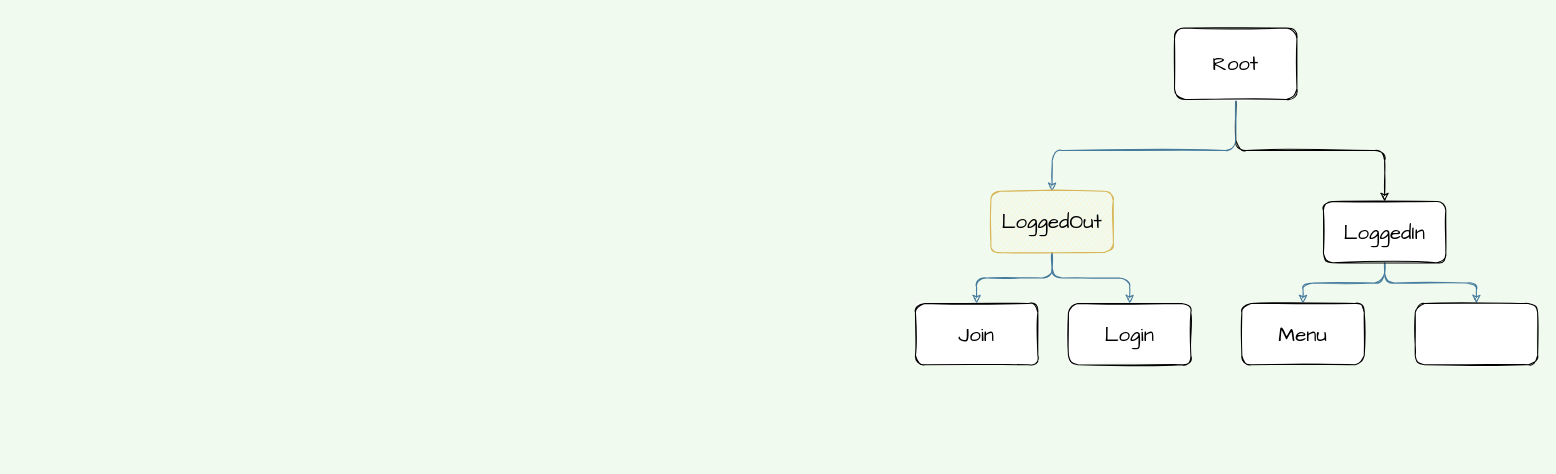
This is CardGame Diagram.drawio from kjaylee/memo, a draw.io file, before an edit. Source tidied: cells renumbered, new cells numbered last; positions are measured from the earlier drawing's top-left corner, leaving out a move shared by most shapes. Both pictures are drawn from the tidied source at 102%, with x=0, y=0 at pixel (915, 28).
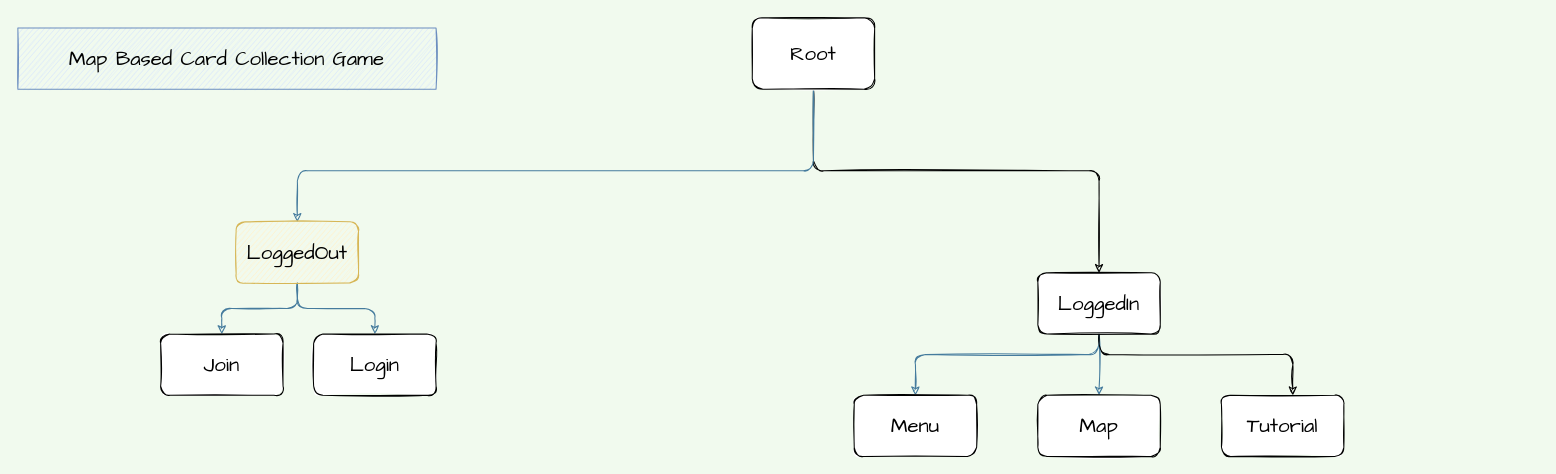
The same page after the edit.

The edit, as a diff of the source:
```diff
@@
-    <mxCell id="2" style="edgeStyle=orthogonalEdgeStyle;rounded=1;sketch=1;jettySize=auto;html=1;fontColor=#1D3557;fontFamily=Comic Sans MS;fontSize=20;" parent="1" edge="1" source="4" target="10">
+    <mxCell id="2" style="edgeStyle=orthogonalEdgeStyle;jettySize=auto;html=1;fontColor=#1D3557;fontFamily=Comic Sans MS;fontSize=20;sketch=1;" parent="1" edge="1" source="4" target="10">
       <mxGeometry relative="1" as="geometry">
         <Array as="points">
-          <mxPoint x="314" y="120" />
+          <mxPoint x="-100" y="140" />
+          <mxPoint x="180" y="140" />
         </Array>
       </mxGeometry>
     </mxCell>
-    <mxCell id="3" style="edgeStyle=orthogonalEdgeStyle;rounded=1;sketch=1;jettySize=auto;html=1;strokeColor=#457B9D;fillColor=#A8DADC;fontColor=#1D3557;fontFamily=Comic Sans MS;fontSize=20;" parent="1" edge="1" source="4" target="7">
+    <mxCell id="3" style="edgeStyle=orthogonalEdgeStyle;jettySize=auto;html=1;strokeColor=#457B9D;fillColor=#A8DADC;fontColor=#1D3557;fontFamily=Comic Sans MS;fontSize=20;sketch=1;" parent="1" edge="1" source="4" target="7">
       <mxGeometry relative="1" as="geometry">
         <Array as="points">
-          <mxPoint x="314" y="120" />
-          <mxPoint x="134" y="120" />
+          <mxPoint x="-100" y="140" />
+          <mxPoint x="-606" y="140" />
         </Array>
       </mxGeometry>
     </mxCell>
-    <mxCell id="4" value="&lt;font style=&quot;font-size: 20px;&quot;&gt;Root&lt;/font&gt;" style="whiteSpace=wrap;html=1;rounded=1;sketch=1;fontFamily=Comic Sans MS;fontSize=20;" parent="1" vertex="1">
-      <mxGeometry x="254" width="120" height="70" as="geometry" />
+    <mxCell id="4" value="&lt;font style=&quot;font-size: 20px;&quot;&gt;Root&lt;/font&gt;" style="whiteSpace=wrap;html=1;fontFamily=Comic Sans MS;fontSize=20;rounded=1;sketch=1;" parent="1" vertex="1">
+      <mxGeometry x="-160" y="-10" width="120" height="70" as="geometry" />
     </mxCell>
-    <mxCell id="5" style="edgeStyle=orthogonalEdgeStyle;rounded=1;sketch=1;jettySize=auto;html=1;strokeColor=#457B9D;fillColor=#A8DADC;fontFamily=Comic Sans MS;fontSize=20;fontColor=#1D3557;" parent="1" edge="1" source="7" target="11">
+    <mxCell id="5" style="edgeStyle=orthogonalEdgeStyle;jettySize=auto;html=1;strokeColor=#457B9D;fillColor=#A8DADC;fontFamily=Comic Sans MS;fontSize=20;fontColor=#1D3557;sketch=1;" parent="1" edge="1" source="7" target="11">
       <mxGeometry relative="1" as="geometry" />
     </mxCell>
-    <mxCell id="6" style="edgeStyle=orthogonalEdgeStyle;rounded=1;sketch=1;jettySize=auto;html=1;strokeColor=#457B9D;fillColor=#A8DADC;fontFamily=Comic Sans MS;fontSize=20;fontColor=#1D3557;" parent="1" edge="1" source="7" target="12">
+    <mxCell id="6" style="edgeStyle=orthogonalEdgeStyle;jettySize=auto;html=1;strokeColor=#457B9D;fillColor=#A8DADC;fontFamily=Comic Sans MS;fontSize=20;fontColor=#1D3557;sketch=1;" parent="1" edge="1" source="7" target="12">
       <mxGeometry relative="1" as="geometry" />
     </mxCell>
-    <mxCell id="7" value="LoggedOut" style="whiteSpace=wrap;html=1;rounded=1;sketch=1;fontFamily=Comic Sans MS;fontSize=20;fillColor=#fff2cc;strokeColor=#d6b656;" parent="1" vertex="1">
-      <mxGeometry x="74" y="160" width="120" height="60" as="geometry" />
+    <mxCell id="7" value="LoggedOut" style="whiteSpace=wrap;html=1;fontFamily=Comic Sans MS;fontSize=20;fillColor=#fff2cc;strokeColor=#d6b656;rounded=1;sketch=1;" parent="1" vertex="1">
+      <mxGeometry x="-666" y="190" width="120" height="60" as="geometry" />
     </mxCell>
-    <mxCell id="8" style="edgeStyle=orthogonalEdgeStyle;rounded=1;sketch=1;jettySize=auto;html=1;strokeColor=#457B9D;fillColor=#A8DADC;fontFamily=Comic Sans MS;fontSize=20;fontColor=#1D3557;" parent="1" edge="1" source="10" target="13">
-      <mxGeometry relative="1" as="geometry" />
+    <mxCell id="8" style="edgeStyle=orthogonalEdgeStyle;jettySize=auto;html=1;strokeColor=#457B9D;fillColor=#A8DADC;fontFamily=Comic Sans MS;fontSize=20;fontColor=#1D3557;sketch=1;" parent="1" edge="1" source="10" target="13">
+      <mxGeometry relative="1" as="geometry">
+        <Array as="points">
+          <mxPoint x="180" y="320" />
+          <mxPoint y="320" />
+        </Array>
+      </mxGeometry>
     </mxCell>
-    <mxCell id="9" style="edgeStyle=orthogonalEdgeStyle;rounded=1;sketch=1;jettySize=auto;html=1;strokeColor=#457B9D;fillColor=#A8DADC;fontFamily=Comic Sans MS;fontSize=20;fontColor=#1D3557;" parent="1" edge="1" source="10" target="14">
+    <mxCell id="9" style="edgeStyle=orthogonalEdgeStyle;jettySize=auto;html=1;strokeColor=#457B9D;fillColor=#A8DADC;fontFamily=Comic Sans MS;fontSize=20;fontColor=#1D3557;sketch=1;" parent="1" edge="1" source="10" target="14">
       <mxGeometry relative="1" as="geometry" />
     </mxCell>
+    <mxCell id="15" style="edgeStyle=orthogonalEdgeStyle;jettySize=auto;html=1;sketch=1;" parent="1" edge="1" source="10" target="16">
+      <mxGeometry relative="1" as="geometry">
+        <Array as="points">
+          <mxPoint x="180" y="320" />
+          <mxPoint x="370" y="320" />
+        </Array>
+      </mxGeometry>
+    </mxCell>
-    <mxCell id="10" value="LoggedIn" style="whiteSpace=wrap;html=1;rounded=1;sketch=1;fontFamily=Comic Sans MS;fontSize=20;" parent="1" vertex="1">
-      <mxGeometry x="400" y="170" width="120" height="60" as="geometry" />
+    <mxCell id="10" value="LoggedIn" style="whiteSpace=wrap;html=1;fontFamily=Comic Sans MS;fontSize=20;rounded=1;sketch=1;" parent="1" vertex="1">
+      <mxGeometry x="120" y="240" width="120" height="60" as="geometry" />
     </mxCell>
-    <mxCell id="11" value="Join" style="whiteSpace=wrap;html=1;rounded=1;fontFamily=Comic Sans MS;fontSize=20;sketch=1;" parent="1" vertex="1">
-      <mxGeometry y="270" width="120" height="60" as="geometry" />
+    <mxCell id="11" value="Join" style="whiteSpace=wrap;html=1;fontFamily=Comic Sans MS;fontSize=20;rounded=1;sketch=1;" parent="1" vertex="1">
+      <mxGeometry x="-740" y="300" width="120" height="60" as="geometry" />
     </mxCell>
-    <mxCell id="12" value="Login" style="whiteSpace=wrap;html=1;rounded=1;fontFamily=Comic Sans MS;fontSize=20;sketch=1;" parent="1" vertex="1">
-      <mxGeometry x="150" y="270" width="120" height="60" as="geometry" />
+    <mxCell id="12" value="Login" style="whiteSpace=wrap;html=1;fontFamily=Comic Sans MS;fontSize=20;rounded=1;sketch=1;" parent="1" vertex="1">
+      <mxGeometry x="-590" y="300" width="120" height="60" as="geometry" />
     </mxCell>
-    <mxCell id="13" value="Menu" style="whiteSpace=wrap;html=1;rounded=1;fontFamily=Comic Sans MS;fontSize=20;sketch=1;" parent="1" vertex="1">
-      <mxGeometry x="320" y="270" width="120" height="60" as="geometry" />
+    <mxCell id="13" value="Menu" style="whiteSpace=wrap;html=1;fontFamily=Comic Sans MS;fontSize=20;rounded=1;sketch=1;" parent="1" vertex="1">
+      <mxGeometry x="-60" y="360" width="120" height="60" as="geometry" />
     </mxCell>
-    <mxCell id="14" style="whiteSpace=wrap;html=1;rounded=1;fontFamily=Comic Sans MS;fontSize=20;sketch=1;" parent="1" vertex="1">
-      <mxGeometry x="490" y="270" width="120" height="60" as="geometry" />
+    <mxCell id="14" value="Map" style="whiteSpace=wrap;html=1;fontFamily=Comic Sans MS;fontSize=20;rounded=1;sketch=1;" parent="1" vertex="1">
+      <mxGeometry x="120" y="360" width="120" height="60" as="geometry" />
     </mxCell>
+    <mxCell id="16" value="Tutorial" style="whiteSpace=wrap;html=1;fontFamily=Comic Sans MS;fontSize=20;rounded=1;sketch=1;" parent="1" vertex="1">
+      <mxGeometry x="300" y="360" width="120" height="60" as="geometry" />
+    </mxCell>
+    <mxCell id="17" value="&lt;font face=&quot;Comic Sans MS&quot; style=&quot;font-size: 20px&quot;&gt;Map Based Card Collection Game&lt;/font&gt;" style="rounded=0;whiteSpace=wrap;html=1;sketch=1;fillColor=#dae8fc;strokeColor=#6c8ebf;" parent="1" vertex="1">
+      <mxGeometry x="-880" width="410" height="60" as="geometry" />
+    </mxCell>
```
